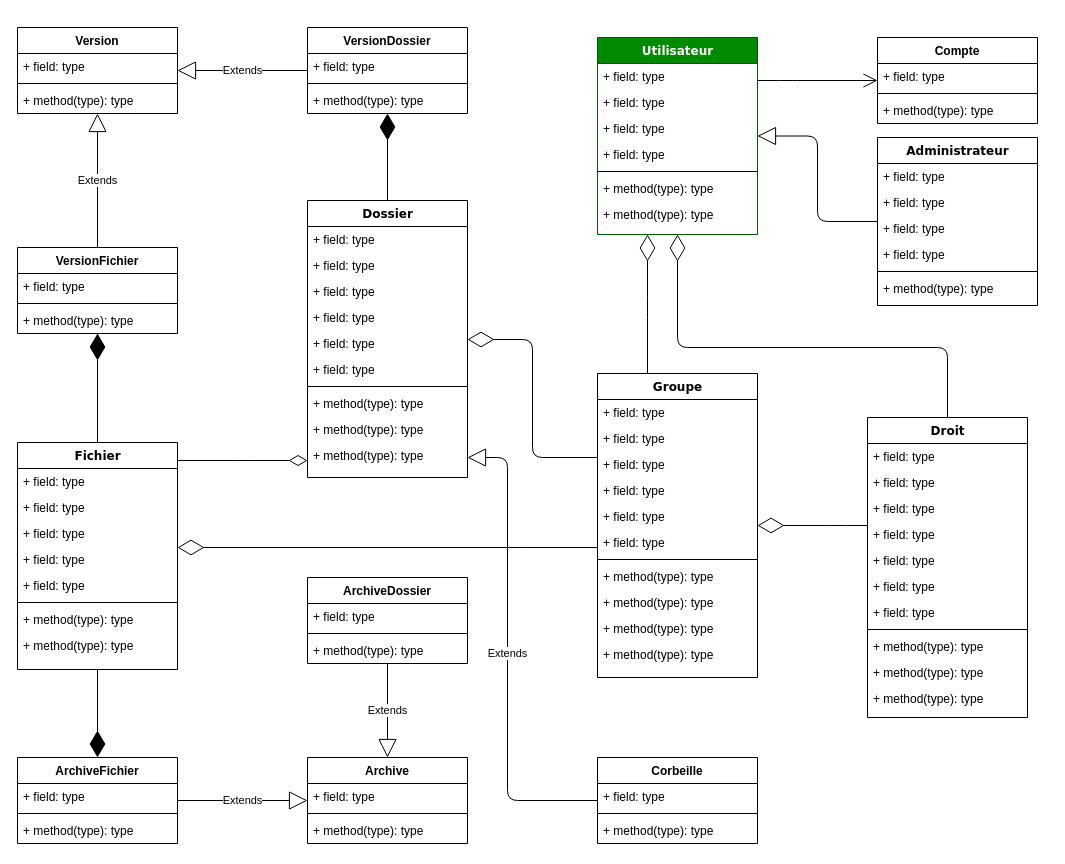
Earlier version of the draw.io diagram diagrams/Class.drawio (AbdourahamaneIssakaSani/ged). Source tidied: cells renumbered, new cells numbered last; positions are measured from the earlier drawing's top-left corner, leaving out a move shared by most shapes. Both pictures are drawn from the tidied source at 100%, with x=0, y=0 at pixel (17, 27).
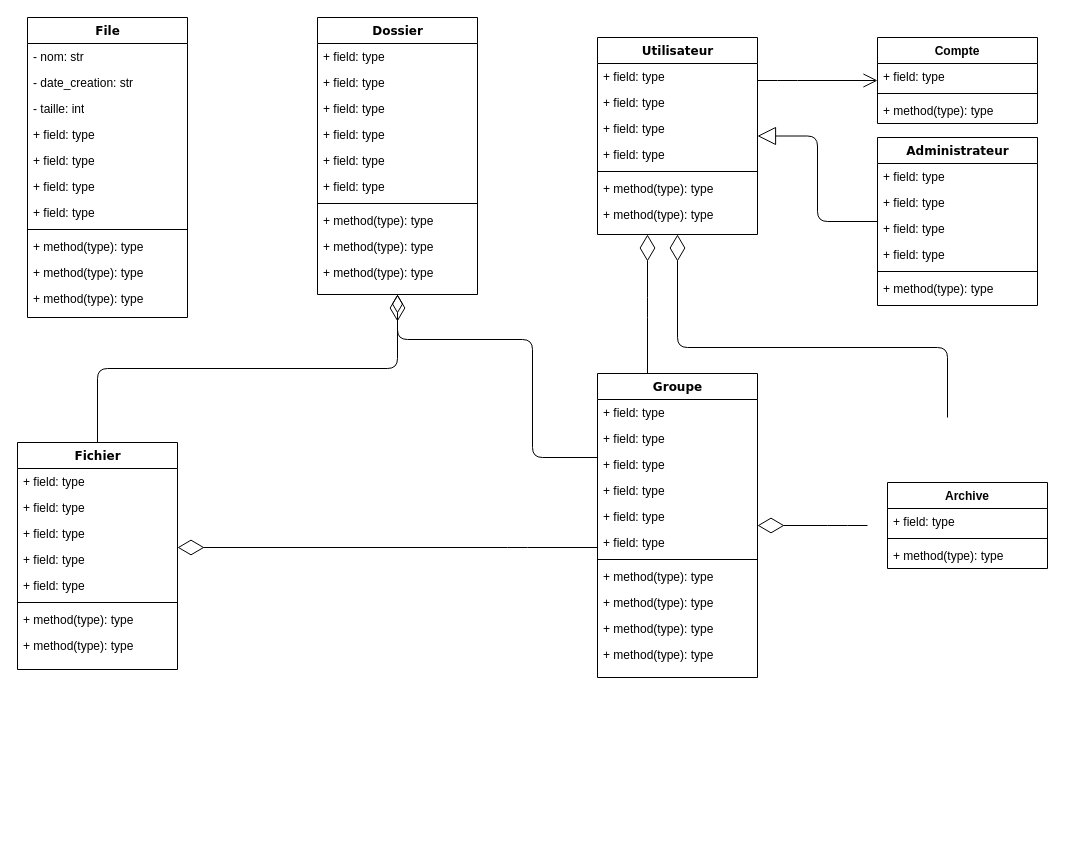
Above is the later version.

The change refers to these unchanged cells:
```xml
<mxCell id="3" value="Fichier" style="swimlane;html=1;fontStyle=1;align=center;verticalAlign=top;horizontal=1;startSize=26;swimlaneFillColor=#ffffff;rounded=0;shadow=0;comic=0;labelBackgroundColor=none;strokeWidth=1;fillColor=none;fontFamily=Verdana;fontSize=12;" parent="1" vertex="1">
  <mxGeometry y="415" width="160" height="227" as="geometry" />
</mxCell>
<mxCell id="43" value="Groupe" style="swimlane;html=1;fontStyle=1;align=center;verticalAlign=top;horizontal=1;startSize=26;swimlaneFillColor=#ffffff;rounded=0;shadow=0;comic=0;labelBackgroundColor=none;strokeWidth=1;fillColor=none;fontFamily=Verdana;fontSize=12;" parent="1" vertex="1">
  <mxGeometry x="580" y="346" width="160" height="304" as="geometry" />
</mxCell>
```

Change to the diagram source:
```diff
@@
     <mxCell id="12" value="Dossier" style="swimlane;html=1;fontStyle=1;align=center;verticalAlign=top;horizontal=1;startSize=26;swimlaneFillColor=#ffffff;rounded=0;shadow=0;comic=0;labelBackgroundColor=none;strokeWidth=1;fillColor=none;fontFamily=Verdana;fontSize=12;" parent="1" vertex="1">
-      <mxGeometry x="290" y="173" width="160" height="277" as="geometry" />
+      <mxGeometry x="300" y="-10" width="160" height="277" as="geometry" />
     </mxCell>
@@
-    <mxCell id="23" value="Utilisateur" style="swimlane;html=1;fontStyle=1;align=center;verticalAlign=top;horizontal=1;startSize=26;swimlaneFillColor=#ffffff;rounded=0;shadow=0;comic=0;labelBackgroundColor=none;strokeWidth=1;fillColor=#008a00;fontFamily=Verdana;fontSize=12;strokeColor=#005700;fontColor=#ffffff;" parent="1" vertex="1">
+    <mxCell id="23" value="Utilisateur" style="swimlane;html=1;fontStyle=1;align=center;verticalAlign=top;horizontal=1;startSize=26;swimlaneFillColor=#ffffff;rounded=0;shadow=0;comic=0;labelBackgroundColor=none;strokeWidth=1;fontFamily=Verdana;fontSize=12;" parent="1" vertex="1">
       <mxGeometry x="580" y="10" width="160" height="197" as="geometry" />
     </mxCell>
@@
-    <mxCell id="31" value="Droit" style="swimlane;html=1;fontStyle=1;align=center;verticalAlign=top;horizontal=1;startSize=26;swimlaneFillColor=#ffffff;rounded=0;shadow=0;comic=0;labelBackgroundColor=none;strokeWidth=1;fillColor=none;fontFamily=Verdana;fontSize=12;" parent="1" vertex="1">
-      <mxGeometry x="850" y="390" width="160" height="300" as="geometry" />
-    </mxCell>
-    <mxCell id="32" value="+ field: type" style="text;html=1;strokeColor=none;fillColor=none;align=left;verticalAlign=top;spacingLeft=4;spacingRight=4;whiteSpace=wrap;overflow=hidden;" parent="31" vertex="1">
-      <mxGeometry y="26" width="160" height="26" as="geometry" />
-    </mxCell>
-    <mxCell id="33" value="+ field: type" style="text;html=1;strokeColor=none;fillColor=none;align=left;verticalAlign=top;spacingLeft=4;spacingRight=4;whiteSpace=wrap;overflow=hidden;" parent="31" vertex="1">
-      <mxGeometry y="52" width="160" height="26" as="geometry" />
-    </mxCell>
-    <mxCell id="34" value="+ field: type" style="text;html=1;strokeColor=none;fillColor=none;align=left;verticalAlign=top;spacingLeft=4;spacingRight=4;whiteSpace=wrap;overflow=hidden;" parent="31" vertex="1">
-      <mxGeometry y="78" width="160" height="26" as="geometry" />
-    </mxCell>
-    <mxCell id="35" value="+ field: type" style="text;html=1;strokeColor=none;fillColor=none;align=left;verticalAlign=top;spacingLeft=4;spacingRight=4;whiteSpace=wrap;overflow=hidden;" parent="31" vertex="1">
-      <mxGeometry y="104" width="160" height="26" as="geometry" />
-    </mxCell>
-    <mxCell id="36" value="+ field: type" style="text;html=1;strokeColor=none;fillColor=none;align=left;verticalAlign=top;spacingLeft=4;spacingRight=4;whiteSpace=wrap;overflow=hidden;" parent="31" vertex="1">
-      <mxGeometry y="130" width="160" height="26" as="geometry" />
-    </mxCell>
-    <mxCell id="37" value="+ field: type" style="text;html=1;strokeColor=none;fillColor=none;align=left;verticalAlign=top;spacingLeft=4;spacingRight=4;whiteSpace=wrap;overflow=hidden;" parent="31" vertex="1">
-      <mxGeometry y="156" width="160" height="26" as="geometry" />
-    </mxCell>
-    <mxCell id="38" value="+ field: type" style="text;html=1;strokeColor=none;fillColor=none;align=left;verticalAlign=top;spacingLeft=4;spacingRight=4;whiteSpace=wrap;overflow=hidden;" parent="31" vertex="1">
-      <mxGeometry y="182" width="160" height="26" as="geometry" />
-    </mxCell>
-    <mxCell id="39" style="line;html=1;strokeWidth=1;fillColor=none;align=left;verticalAlign=middle;spacingTop=-1;spacingLeft=3;spacingRight=3;labelPosition=right;" parent="31" vertex="1">
-      <mxGeometry y="208" width="160" height="8" as="geometry" />
-    </mxCell>
-    <mxCell id="40" value="+ method(type): type" style="text;html=1;strokeColor=none;fillColor=none;align=left;verticalAlign=top;spacingLeft=4;spacingRight=4;whiteSpace=wrap;overflow=hidden;" parent="31" vertex="1">
-      <mxGeometry y="216" width="160" height="26" as="geometry" />
-    </mxCell>
-    <mxCell id="41" value="+ method(type): type" style="text;html=1;strokeColor=none;fillColor=none;align=left;verticalAlign=top;spacingLeft=4;spacingRight=4;whiteSpace=wrap;overflow=hidden;" parent="31" vertex="1">
-      <mxGeometry y="242" width="160" height="26" as="geometry" />
-    </mxCell>
-    <mxCell id="42" value="+ method(type): type" style="text;html=1;strokeColor=none;fillColor=none;align=left;verticalAlign=top;spacingLeft=4;spacingRight=4;whiteSpace=wrap;overflow=hidden;" parent="31" vertex="1">
-      <mxGeometry y="268" width="160" height="26" as="geometry" />
-    </mxCell>
@@
-    <mxCell id="64" value="VersionFichier" style="swimlane;fontStyle=1;align=center;verticalAlign=top;horizontal=1;startSize=26;" parent="1" vertex="1">
-      <mxGeometry y="220" width="160" height="86" as="geometry" />
-    </mxCell>
-    <mxCell id="65" value="+ field: type" style="text;strokeColor=none;fillColor=none;align=left;verticalAlign=top;spacingLeft=4;spacingRight=4;overflow=hidden;" parent="64" vertex="1">
-      <mxGeometry y="26" width="160" height="26" as="geometry" />
-    </mxCell>
-    <mxCell id="66" style="line;strokeWidth=1;fillColor=none;align=left;verticalAlign=middle;spacingTop=-1;spacingLeft=3;spacingRight=3;labelPosition=right;" parent="64" vertex="1">
-      <mxGeometry y="52" width="160" height="8" as="geometry" />
-    </mxCell>
-    <mxCell id="67" value="+ method(type): type" style="text;strokeColor=none;fillColor=none;align=left;verticalAlign=top;spacingLeft=4;spacingRight=4;overflow=hidden;points=[[0,0.5],[1,0.5]];portConstraint=eastwest;" parent="64" vertex="1">
-      <mxGeometry y="60" width="160" height="26" as="geometry" />
-    </mxCell>
@@
-    <mxCell id="72" style="endArrow=diamondThin;endFill=1;endSize=24;html=1;" parent="1" edge="1" source="3" target="67">
-      <mxGeometry relative="1" as="geometry" />
-    </mxCell>
-    <mxCell id="73" style="endArrow=diamondThin;endFill=0;endSize=24;html=1;edgeStyle=elbowEdgeStyle;elbow=vertical;" parent="1" edge="1" source="31" target="23">
+    <mxCell id="73" style="endArrow=diamondThin;endFill=0;endSize=24;html=1;edgeStyle=elbowEdgeStyle;elbow=vertical;" parent="1" edge="1" target="23">
       <mxGeometry relative="1" as="geometry">
+        <mxPoint x="930" y="390" as="sourcePoint" />
         <Array as="points">
           <mxPoint x="790" y="320" />
           <mxPoint x="860" y="330" />
         </Array>
       </mxGeometry>
     </mxCell>
-    <mxCell id="74" style="endArrow=diamondThin;endFill=0;endSize=24;html=1;edgeStyle=orthogonalEdgeStyle;" parent="1" edge="1" source="31" target="43">
+    <mxCell id="74" style="endArrow=diamondThin;endFill=0;endSize=24;html=1;edgeStyle=orthogonalEdgeStyle;" parent="1" edge="1" target="43">
       <mxGeometry relative="1" as="geometry">
+        <mxPoint x="850" y="498" as="sourcePoint" />
         <Array as="points">
           <mxPoint x="820" y="498" />
           <mxPoint x="820" y="498" />
         </Array>
       </mxGeometry>
     </mxCell>
@@
     <mxCell id="77" value="Archive" style="swimlane;fontStyle=1;align=center;verticalAlign=top;horizontal=1;startSize=26;" parent="1" vertex="1">
-      <mxGeometry x="290" y="730" width="160" height="86" as="geometry" />
+      <mxGeometry x="870" y="455" width="160" height="86" as="geometry" />
     </mxCell>
@@
-    <mxCell id="81" value="Version" style="swimlane;fontStyle=1;align=center;verticalAlign=top;horizontal=1;startSize=26;" parent="1" vertex="1">
-      <mxGeometry width="160" height="86" as="geometry" />
-    </mxCell>
-    <mxCell id="82" value="+ field: type" style="text;strokeColor=none;fillColor=none;align=left;verticalAlign=top;spacingLeft=4;spacingRight=4;overflow=hidden;" parent="81" vertex="1">
-      <mxGeometry y="26" width="160" height="26" as="geometry" />
-    </mxCell>
-    <mxCell id="83" style="line;strokeWidth=1;fillColor=none;align=left;verticalAlign=middle;spacingTop=-1;spacingLeft=3;spacingRight=3;labelPosition=right;" parent="81" vertex="1">
-      <mxGeometry y="52" width="160" height="8" as="geometry" />
-    </mxCell>
-    <mxCell id="84" value="+ method(type): type" style="text;strokeColor=none;fillColor=none;align=left;verticalAlign=top;spacingLeft=4;spacingRight=4;overflow=hidden;points=[[0,0.5],[1,0.5]];portConstraint=eastwest;" parent="81" vertex="1">
-      <mxGeometry y="60" width="160" height="26" as="geometry" />
-    </mxCell>
-    <mxCell id="85" value="VersionDossier" style="swimlane;fontStyle=1;align=center;verticalAlign=top;horizontal=1;startSize=26;" parent="1" vertex="1">
-      <mxGeometry x="290" width="160" height="86" as="geometry" />
-    </mxCell>
-    <mxCell id="86" value="+ field: type" style="text;strokeColor=none;fillColor=none;align=left;verticalAlign=top;spacingLeft=4;spacingRight=4;overflow=hidden;" parent="85" vertex="1">
-      <mxGeometry y="26" width="160" height="26" as="geometry" />
-    </mxCell>
-    <mxCell id="87" style="line;strokeWidth=1;fillColor=none;align=left;verticalAlign=middle;spacingTop=-1;spacingLeft=3;spacingRight=3;labelPosition=right;" parent="85" vertex="1">
-      <mxGeometry y="52" width="160" height="8" as="geometry" />
-    </mxCell>
-    <mxCell id="88" value="+ method(type): type" style="text;strokeColor=none;fillColor=none;align=left;verticalAlign=top;spacingLeft=4;spacingRight=4;overflow=hidden;" parent="85" vertex="1">
-      <mxGeometry y="60" width="160" height="26" as="geometry" />
-    </mxCell>
-    <mxCell id="89" value="ArchiveFichier" style="swimlane;fontStyle=1;align=center;verticalAlign=top;horizontal=1;startSize=26;" parent="1" vertex="1">
-      <mxGeometry y="730" width="160" height="86" as="geometry" />
-    </mxCell>
-    <mxCell id="90" value="+ field: type" style="text;strokeColor=none;fillColor=none;align=left;verticalAlign=top;spacingLeft=4;spacingRight=4;overflow=hidden;" parent="89" vertex="1">
-      <mxGeometry y="26" width="160" height="26" as="geometry" />
-    </mxCell>
-    <mxCell id="91" style="line;strokeWidth=1;fillColor=none;align=left;verticalAlign=middle;spacingTop=-1;spacingLeft=3;spacingRight=3;labelPosition=right;" parent="89" vertex="1">
-      <mxGeometry y="52" width="160" height="8" as="geometry" />
-    </mxCell>
-    <mxCell id="92" value="+ method(type): type" style="text;strokeColor=none;fillColor=none;align=left;verticalAlign=top;spacingLeft=4;spacingRight=4;overflow=hidden;" parent="89" vertex="1">
-      <mxGeometry y="60" width="160" height="26" as="geometry" />
-    </mxCell>
-    <mxCell id="93" value="ArchiveDossier" style="swimlane;fontStyle=1;align=center;verticalAlign=top;horizontal=1;startSize=26;" parent="1" vertex="1">
-      <mxGeometry x="290" y="550" width="160" height="86" as="geometry" />
-    </mxCell>
-    <mxCell id="94" value="+ field: type" style="text;strokeColor=none;fillColor=none;align=left;verticalAlign=top;spacingLeft=4;spacingRight=4;overflow=hidden;" parent="93" vertex="1">
-      <mxGeometry y="26" width="160" height="26" as="geometry" />
-    </mxCell>
-    <mxCell id="95" style="line;strokeWidth=1;fillColor=none;align=left;verticalAlign=middle;spacingTop=-1;spacingLeft=3;spacingRight=3;labelPosition=right;" parent="93" vertex="1">
-      <mxGeometry y="52" width="160" height="8" as="geometry" />
-    </mxCell>
-    <mxCell id="96" value="+ method(type): type" style="text;strokeColor=none;fillColor=none;align=left;verticalAlign=top;spacingLeft=4;spacingRight=4;overflow=hidden;" parent="93" vertex="1">
-      <mxGeometry y="60" width="160" height="26" as="geometry" />
-    </mxCell>
-    <mxCell id="97" value="Corbeille" style="swimlane;fontStyle=1;align=center;verticalAlign=top;horizontal=1;startSize=26;" parent="1" vertex="1">
-      <mxGeometry x="580" y="730" width="160" height="86" as="geometry" />
-    </mxCell>
-    <mxCell id="98" value="+ field: type" style="text;strokeColor=none;fillColor=none;align=left;verticalAlign=top;spacingLeft=4;spacingRight=4;overflow=hidden;" parent="97" vertex="1">
-      <mxGeometry y="26" width="160" height="26" as="geometry" />
-    </mxCell>
-    <mxCell id="99" style="line;strokeWidth=1;fillColor=none;align=left;verticalAlign=middle;spacingTop=-1;spacingLeft=3;spacingRight=3;labelPosition=right;" parent="97" vertex="1">
-      <mxGeometry y="52" width="160" height="8" as="geometry" />
-    </mxCell>
-    <mxCell id="100" value="+ method(type): type" style="text;strokeColor=none;fillColor=none;align=left;verticalAlign=top;spacingLeft=4;spacingRight=4;overflow=hidden;" parent="97" vertex="1">
-      <mxGeometry y="60" width="160" height="26" as="geometry" />
-    </mxCell>
-    <mxCell id="101" value="Extends" style="endArrow=block;endSize=16;endFill=0;html=1;" parent="1" edge="1" source="64" target="84">
-      <mxGeometry relative="1" as="geometry" />
-    </mxCell>
-    <mxCell id="102" value="Extends" style="endArrow=block;endSize=16;endFill=0;html=1;" parent="1" edge="1" source="85" target="81">
-      <mxGeometry relative="1" as="geometry" />
-    </mxCell>
-    <mxCell id="103" style="endArrow=diamondThin;endFill=1;endSize=24;html=1;sketch=0;shadow=0;" parent="1" edge="1" source="12" target="85">
-      <mxGeometry relative="1" as="geometry" />
-    </mxCell>
-    <mxCell id="104" value="Extends" style="endArrow=block;endSize=16;endFill=0;html=1;shadow=0;" parent="1" edge="1" source="93" target="77">
-      <mxGeometry relative="1" as="geometry" />
-    </mxCell>
-    <mxCell id="105" value="Extends" style="endArrow=block;endSize=16;endFill=0;html=1;shadow=0;" parent="1" edge="1" source="89" target="77">
-      <mxGeometry relative="1" as="geometry" />
-    </mxCell>
-    <mxCell id="106" style="endArrow=diamondThin;endFill=1;endSize=24;html=1;shadow=0;" parent="1" edge="1" source="3" target="89">
-      <mxGeometry relative="1" as="geometry" />
-    </mxCell>
-    <mxCell id="107" value="Extends" style="endArrow=block;endSize=16;endFill=0;html=1;shadow=0;edgeStyle=elbowEdgeStyle;" parent="1" edge="1" source="97" target="12">
-      <mxGeometry relative="1" as="geometry">
-        <Array as="points">
-          <mxPoint x="490" y="430" />
-          <mxPoint x="500" y="490" />
-          <mxPoint x="480" y="420" />
-        </Array>
-      </mxGeometry>
-    </mxCell>
@@
+    <mxCell id="109" value="File" style="swimlane;html=1;fontStyle=1;align=center;verticalAlign=top;horizontal=1;startSize=26;swimlaneFillColor=#ffffff;rounded=0;shadow=0;comic=0;labelBackgroundColor=none;strokeWidth=1;fillColor=none;fontFamily=Verdana;fontSize=12;" parent="1" vertex="1">
+      <mxGeometry x="10" y="-10" width="160" height="300" as="geometry" />
+    </mxCell>
+    <mxCell id="110" value="- nom: str" style="text;html=1;strokeColor=none;fillColor=none;align=left;verticalAlign=top;spacingLeft=4;spacingRight=4;whiteSpace=wrap;overflow=hidden;" parent="109" vertex="1">
+      <mxGeometry y="26" width="160" height="26" as="geometry" />
+    </mxCell>
+    <mxCell id="111" value="- date_creation: str" style="text;html=1;strokeColor=none;fillColor=none;align=left;verticalAlign=top;spacingLeft=4;spacingRight=4;whiteSpace=wrap;overflow=hidden;" parent="109" vertex="1">
+      <mxGeometry y="52" width="160" height="26" as="geometry" />
+    </mxCell>
+    <mxCell id="112" value="- taille: int" style="text;html=1;strokeColor=none;fillColor=none;align=left;verticalAlign=top;spacingLeft=4;spacingRight=4;whiteSpace=wrap;overflow=hidden;" parent="109" vertex="1">
+      <mxGeometry y="78" width="160" height="26" as="geometry" />
+    </mxCell>
+    <mxCell id="35" value="+ field: type" style="text;html=1;strokeColor=none;fillColor=none;align=left;verticalAlign=top;spacingLeft=4;spacingRight=4;whiteSpace=wrap;overflow=hidden;" parent="109" vertex="1">
+      <mxGeometry y="104" width="160" height="26" as="geometry" />
+    </mxCell>
+    <mxCell id="36" value="+ field: type" style="text;html=1;strokeColor=none;fillColor=none;align=left;verticalAlign=top;spacingLeft=4;spacingRight=4;whiteSpace=wrap;overflow=hidden;" parent="109" vertex="1">
+      <mxGeometry y="130" width="160" height="26" as="geometry" />
+    </mxCell>
+    <mxCell id="37" value="+ field: type" style="text;html=1;strokeColor=none;fillColor=none;align=left;verticalAlign=top;spacingLeft=4;spacingRight=4;whiteSpace=wrap;overflow=hidden;" parent="109" vertex="1">
+      <mxGeometry y="156" width="160" height="26" as="geometry" />
+    </mxCell>
+    <mxCell id="38" value="+ field: type" style="text;html=1;strokeColor=none;fillColor=none;align=left;verticalAlign=top;spacingLeft=4;spacingRight=4;whiteSpace=wrap;overflow=hidden;" parent="109" vertex="1">
+      <mxGeometry y="182" width="160" height="26" as="geometry" />
+    </mxCell>
+    <mxCell id="39" style="line;html=1;strokeWidth=1;fillColor=none;align=left;verticalAlign=middle;spacingTop=-1;spacingLeft=3;spacingRight=3;labelPosition=right;" parent="109" vertex="1">
+      <mxGeometry y="208" width="160" height="8" as="geometry" />
+    </mxCell>
+    <mxCell id="40" value="+ method(type): type" style="text;html=1;strokeColor=none;fillColor=none;align=left;verticalAlign=top;spacingLeft=4;spacingRight=4;whiteSpace=wrap;overflow=hidden;" parent="109" vertex="1">
+      <mxGeometry y="216" width="160" height="26" as="geometry" />
+    </mxCell>
+    <mxCell id="41" value="+ method(type): type" style="text;html=1;strokeColor=none;fillColor=none;align=left;verticalAlign=top;spacingLeft=4;spacingRight=4;whiteSpace=wrap;overflow=hidden;" parent="109" vertex="1">
+      <mxGeometry y="242" width="160" height="26" as="geometry" />
+    </mxCell>
+    <mxCell id="42" value="+ method(type): type" style="text;html=1;strokeColor=none;fillColor=none;align=left;verticalAlign=top;spacingLeft=4;spacingRight=4;whiteSpace=wrap;overflow=hidden;" parent="109" vertex="1">
+      <mxGeometry y="268" width="160" height="26" as="geometry" />
+    </mxCell>
```
